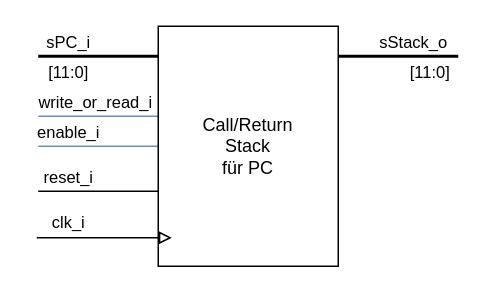
Above: Blockbeschreibungen/Stack_beschreibung.drawio in graefjk/RO2 (draw.io), before the change. Source tidied: cells renumbered, new cells numbered last; positions are measured from the earlier drawing's top-left corner, leaving out a move shared by most shapes. Both pictures are drawn from the tidied source at 150%, with x=0, y=0 at pixel (36, 26).
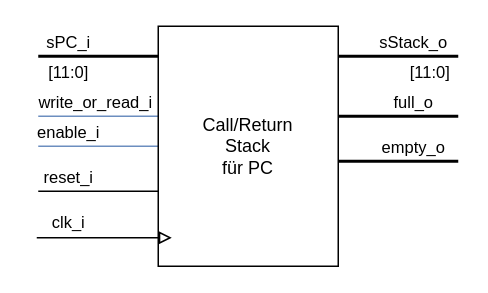
Above is the later version.

Commit message (it also covers changes not shown here):
added the full_o and empty_o bits in the description of the stack

The edit, as a diff of the source:
```diff
@@
+    <mxCell id="17" style="edgeStyle=orthogonalEdgeStyle;rounded=0;orthogonalLoop=1;jettySize=auto;html=1;endArrow=none;endFill=0;strokeWidth=2;" parent="1" edge="1">
+      <mxGeometry relative="1" as="geometry">
+        <mxPoint x="201" y="60" as="sourcePoint" />
+        <mxPoint x="281" y="60" as="targetPoint" />
+        <Array as="points">
+          <mxPoint x="221" y="60" />
+          <mxPoint x="221" y="60" />
+        </Array>
+      </mxGeometry>
+    </mxCell>
+    <mxCell id="18" value="full_o" style="edgeLabel;html=1;align=center;verticalAlign=middle;" parent="17" vertex="1">
+      <mxGeometry x="0.23" relative="1" as="geometry">
+        <mxPoint y="-10" as="offset" />
+      </mxGeometry>
+    </mxCell>
+    <mxCell id="19" style="edgeStyle=orthogonalEdgeStyle;rounded=0;orthogonalLoop=1;jettySize=auto;html=1;endArrow=none;endFill=0;strokeWidth=2;" parent="1" edge="1">
+      <mxGeometry relative="1" as="geometry">
+        <mxPoint x="201" y="90" as="sourcePoint" />
+        <mxPoint x="281" y="90" as="targetPoint" />
+        <Array as="points">
+          <mxPoint x="221" y="90" />
+          <mxPoint x="221" y="90" />
+        </Array>
+      </mxGeometry>
+    </mxCell>
+    <mxCell id="20" value="empty_o" style="edgeLabel;html=1;align=center;verticalAlign=middle;" parent="19" vertex="1">
+      <mxGeometry x="0.23" relative="1" as="geometry">
+        <mxPoint y="-10" as="offset" />
+      </mxGeometry>
+    </mxCell>
```
